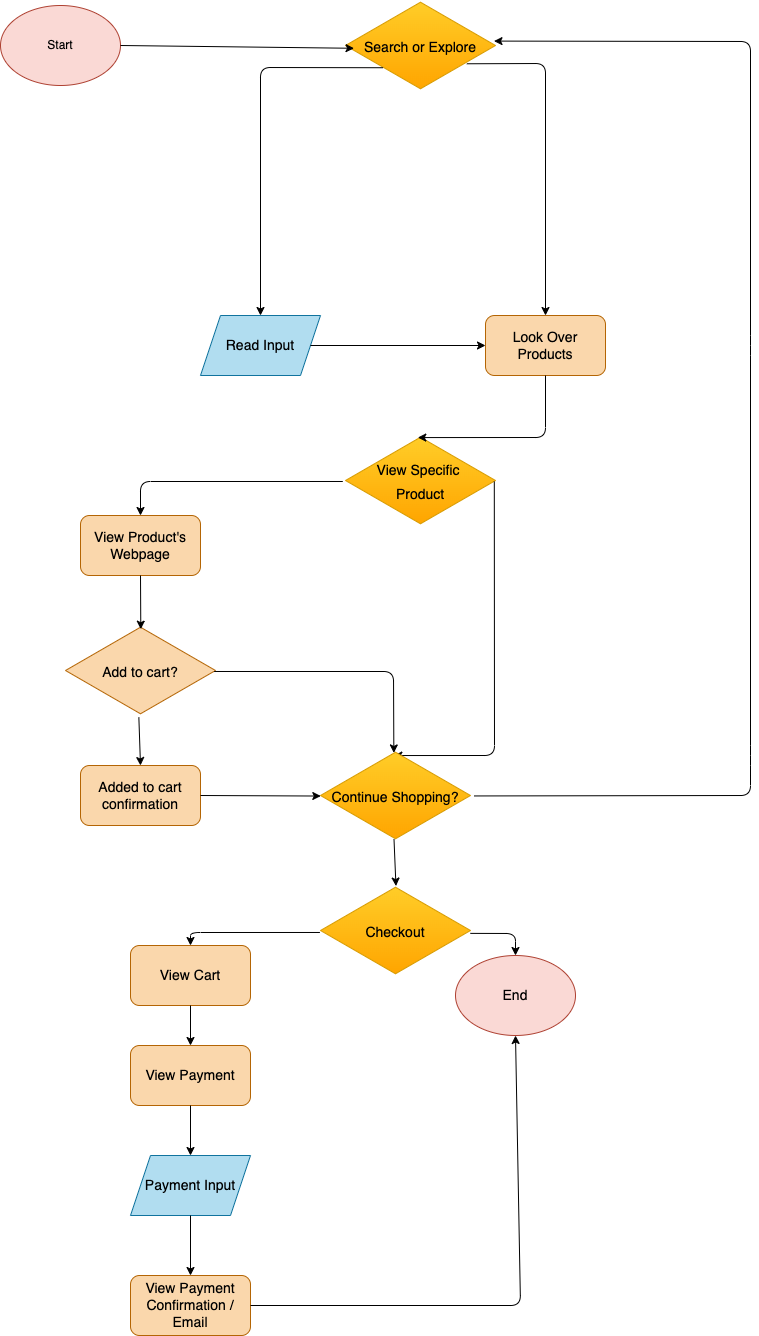
This is explore/diagramming/diagram.drawio.png from tyler-le/fa22-cse110-lab4, a draw.io export, as it was before one commit. Source tidied: cells renumbered, new cells last; positions are measured from the earlier drawing's top-left corner, leaving out a move shared by most shapes. The source it was exported from:
```xml
<mxGraphModel>
  <root>
    <mxCell id="0" />
    <mxCell id="1" parent="0" />
    <mxCell id="2" value="&lt;font color=&quot;#000000&quot;&gt;Start&lt;/font&gt;" style="ellipse;whiteSpace=wrap;html=1;fillColor=#fad9d5;strokeColor=#ae4132;fontFamily=Helvetica;" parent="1" vertex="1">
      <mxGeometry y="5" width="120" height="80" as="geometry" />
    </mxCell>
    <mxCell id="3" value="&lt;font style=&quot;font-size: 14px&quot; color=&quot;#000000&quot;&gt;Search or Explore&lt;/font&gt;" style="html=1;whiteSpace=wrap;shape=isoRectangle;fontFamily=Helvetica;fontSize=20;fillColor=#ffcd28;strokeColor=#d79b00;gradientColor=#ffa500;" parent="1" vertex="1">
      <mxGeometry x="345" width="150" height="90" as="geometry" />
    </mxCell>
    <mxCell id="4" style="endArrow=classic;html=1;fontFamily=Helvetica;fontSize=14;fontColor=#000000;exitX=1;exitY=0.5;exitDx=0;exitDy=0;entryX=0.057;entryY=0.531;entryDx=0;entryDy=0;entryPerimeter=0;" parent="1" edge="1" source="2" target="3">
      <mxGeometry relative="1" as="geometry" />
    </mxCell>
    <mxCell id="5" style="endArrow=classic;html=1;fontFamily=Helvetica;fontSize=14;fontColor=#000000;exitX=0.249;exitY=0.747;exitDx=0;exitDy=0;exitPerimeter=0;entryX=0.5;entryY=0;entryDx=0;entryDy=0;" parent="1" edge="1" source="3" target="8">
      <mxGeometry relative="1" as="geometry">
        <Array as="points">
          <mxPoint x="260" y="67" />
        </Array>
      </mxGeometry>
    </mxCell>
    <mxCell id="6" value="&lt;font color=&quot;#ffffff&quot;&gt;Search&lt;/font&gt;" style="text;html=1;align=center;verticalAlign=middle;strokeColor=none;fillColor=none;fontSize=14;fontFamily=Helvetica;fontColor=#000000;" parent="1" vertex="1">
      <mxGeometry x="200" y="155" width="60" height="20" as="geometry" />
    </mxCell>
    <mxCell id="7" value="&lt;font color=&quot;#000000&quot;&gt;Look Over Products&lt;/font&gt;" style="rounded=1;whiteSpace=wrap;html=1;fontFamily=Helvetica;fontSize=14;fillColor=#fad7ac;strokeColor=#b46504;" parent="1" vertex="1">
      <mxGeometry x="485" y="315" width="120" height="60" as="geometry" />
    </mxCell>
    <mxCell id="8" value="&lt;font color=&quot;#000000&quot;&gt;Read Input&lt;/font&gt;" style="shape=parallelogram;perimeter=parallelogramPerimeter;whiteSpace=wrap;html=1;fixedSize=1;fontFamily=Helvetica;fontSize=14;fillColor=#b1ddf0;strokeColor=#10739e;" parent="1" vertex="1">
      <mxGeometry x="200" y="315" width="120" height="60" as="geometry" />
    </mxCell>
    <mxCell id="9" style="endArrow=classic;html=1;fontFamily=Helvetica;fontSize=14;fontColor=#000000;exitX=1;exitY=0.5;exitDx=0;exitDy=0;entryX=0;entryY=0.5;entryDx=0;entryDy=0;" parent="1" edge="1" source="8" target="7">
      <mxGeometry relative="1" as="geometry" />
    </mxCell>
    <mxCell id="10" value="&lt;font style=&quot;font-size: 14px&quot; color=&quot;#000000&quot;&gt;View Specific &lt;br&gt;Product&lt;/font&gt;" style="html=1;whiteSpace=wrap;shape=isoRectangle;fontFamily=Helvetica;fontSize=20;fillColor=#ffcd28;strokeColor=#d79b00;gradientColor=#ffa500;" parent="1" vertex="1">
      <mxGeometry x="345" y="435" width="150" height="90" as="geometry" />
    </mxCell>
    <mxCell id="11" style="endArrow=classic;html=1;fontFamily=Helvetica;fontSize=14;fontColor=#000000;exitX=0.5;exitY=1;exitDx=0;exitDy=0;entryX=0.482;entryY=0.023;entryDx=0;entryDy=0;entryPerimeter=0;" parent="1" edge="1" source="7" target="10">
      <mxGeometry relative="1" as="geometry">
        <Array as="points">
          <mxPoint x="545" y="437" />
        </Array>
      </mxGeometry>
    </mxCell>
    <mxCell id="12" value="&lt;font color=&quot;#000000&quot;&gt;View Product's Webpage&lt;/font&gt;" style="rounded=1;whiteSpace=wrap;html=1;fontFamily=Helvetica;fontSize=14;fillColor=#fad7ac;strokeColor=#b46504;" parent="1" vertex="1">
      <mxGeometry x="80" y="515" width="120" height="60" as="geometry" />
    </mxCell>
    <mxCell id="13" style="endArrow=classic;html=1;fontFamily=Helvetica;fontSize=14;fontColor=#000000;entryX=0.5;entryY=0;entryDx=0;entryDy=0;exitX=-0.018;exitY=0.511;exitDx=0;exitDy=0;exitPerimeter=0;" parent="1" edge="1" source="10" target="12">
      <mxGeometry relative="1" as="geometry">
        <Array as="points">
          <mxPoint x="140" y="481" />
        </Array>
      </mxGeometry>
    </mxCell>
    <mxCell id="14" style="endArrow=classic;html=1;fontFamily=Helvetica;fontSize=14;fontColor=#000000;exitX=0.992;exitY=0.511;exitDx=0;exitDy=0;exitPerimeter=0;entryX=0.489;entryY=0.056;entryDx=0;entryDy=0;entryPerimeter=0;" parent="1" edge="1" source="10" target="24">
      <mxGeometry relative="1" as="geometry">
        <Array as="points">
          <mxPoint x="494" y="755" />
        </Array>
      </mxGeometry>
    </mxCell>
    <mxCell id="15" value="&lt;font color=&quot;#ffffff&quot;&gt;Yes&lt;/font&gt;" style="text;html=1;strokeColor=none;fillColor=none;align=center;verticalAlign=middle;whiteSpace=wrap;rounded=0;fontFamily=Helvetica;fontSize=14;fontColor=#000000;" parent="1" vertex="1">
      <mxGeometry x="190" y="455" width="60" height="30" as="geometry" />
    </mxCell>
    <mxCell id="16" value="&lt;font color=&quot;#ffffff&quot;&gt;No&lt;/font&gt;" style="text;html=1;strokeColor=none;fillColor=none;align=center;verticalAlign=middle;whiteSpace=wrap;rounded=0;fontFamily=Helvetica;fontSize=14;fontColor=#000000;" parent="1" vertex="1">
      <mxGeometry x="480" y="555" width="60" height="30" as="geometry" />
    </mxCell>
    <mxCell id="17" value="&lt;font color=&quot;#000000&quot;&gt;&lt;span style=&quot;font-size: 14px&quot;&gt;Add to cart?&lt;/span&gt;&lt;/font&gt;" style="html=1;whiteSpace=wrap;shape=isoRectangle;fontFamily=Helvetica;fontSize=20;fillColor=#fad7ac;strokeColor=#b46504;" parent="1" vertex="1">
      <mxGeometry x="65" y="625" width="150" height="90" as="geometry" />
    </mxCell>
    <mxCell id="18" style="endArrow=classic;html=1;fontFamily=Helvetica;fontSize=14;fontColor=#FFFFFF;exitX=0.5;exitY=1;exitDx=0;exitDy=0;entryX=0.502;entryY=0.041;entryDx=0;entryDy=0;entryPerimeter=0;" parent="1" edge="1" source="12" target="17">
      <mxGeometry relative="1" as="geometry" />
    </mxCell>
    <mxCell id="19" style="endArrow=classic;html=1;fontFamily=Helvetica;fontSize=14;fontColor=#000000;entryX=0.5;entryY=0;entryDx=0;entryDy=0;exitX=0.489;exitY=1.019;exitDx=0;exitDy=0;exitPerimeter=0;" parent="1" edge="1" source="17" target="23">
      <mxGeometry relative="1" as="geometry" />
    </mxCell>
    <mxCell id="20" style="endArrow=classic;html=1;fontFamily=Helvetica;fontSize=14;fontColor=#000000;exitX=0.991;exitY=0.511;exitDx=0;exitDy=0;exitPerimeter=0;entryX=0.489;entryY=0.027;entryDx=0;entryDy=0;entryPerimeter=0;" parent="1" edge="1" source="17" target="24">
      <mxGeometry relative="1" as="geometry">
        <Array as="points">
          <mxPoint x="393" y="671" />
        </Array>
      </mxGeometry>
    </mxCell>
    <mxCell id="21" value="&lt;font color=&quot;#ffffff&quot;&gt;Yes&lt;/font&gt;" style="text;html=1;strokeColor=none;fillColor=none;align=center;verticalAlign=middle;whiteSpace=wrap;rounded=0;fontFamily=Helvetica;fontSize=14;fontColor=#000000;" parent="1" vertex="1">
      <mxGeometry x="80" y="725" width="60" height="30" as="geometry" />
    </mxCell>
    <mxCell id="22" value="&lt;font color=&quot;#ffffff&quot;&gt;No&lt;/font&gt;" style="text;html=1;strokeColor=none;fillColor=none;align=center;verticalAlign=middle;whiteSpace=wrap;rounded=0;fontFamily=Helvetica;fontSize=14;fontColor=#000000;" parent="1" vertex="1">
      <mxGeometry x="280" y="645" width="60" height="30" as="geometry" />
    </mxCell>
    <mxCell id="23" value="&lt;font color=&quot;#000000&quot;&gt;Added to cart confirmation&lt;/font&gt;" style="rounded=1;whiteSpace=wrap;html=1;fontFamily=Helvetica;fontSize=14;fillColor=#fad7ac;strokeColor=#b46504;" parent="1" vertex="1">
      <mxGeometry x="80" y="765" width="120" height="60" as="geometry" />
    </mxCell>
    <mxCell id="24" value="&lt;font color=&quot;#000000&quot;&gt;&lt;span style=&quot;font-size: 14px&quot;&gt;Continue Shopping?&lt;/span&gt;&lt;/font&gt;" style="html=1;whiteSpace=wrap;shape=isoRectangle;fontFamily=Helvetica;fontSize=20;fillColor=#ffcd28;strokeColor=#d79b00;gradientColor=#ffa500;" parent="1" vertex="1">
      <mxGeometry x="320" y="750" width="150" height="90" as="geometry" />
    </mxCell>
    <mxCell id="25" style="endArrow=classic;html=1;fontFamily=Helvetica;fontSize=14;fontColor=#000000;exitX=1;exitY=0.5;exitDx=0;exitDy=0;entryX=0.002;entryY=0.506;entryDx=0;entryDy=0;entryPerimeter=0;" parent="1" edge="1" source="23" target="24">
      <mxGeometry relative="1" as="geometry" />
    </mxCell>
    <mxCell id="26" style="endArrow=classic;html=1;fontFamily=Helvetica;fontSize=14;fontColor=#000000;entryX=0.99;entryY=0.451;entryDx=0;entryDy=0;entryPerimeter=0;exitX=1.024;exitY=0.505;exitDx=0;exitDy=0;exitPerimeter=0;" parent="1" edge="1" source="24" target="3">
      <mxGeometry relative="1" as="geometry">
        <Array as="points">
          <mxPoint x="750" y="795" />
          <mxPoint x="750" y="755" />
          <mxPoint x="750" y="345" />
          <mxPoint x="750" y="41" />
        </Array>
      </mxGeometry>
    </mxCell>
    <mxCell id="27" value="&lt;font color=&quot;#ffffff&quot;&gt;Yes&lt;/font&gt;" style="text;html=1;strokeColor=none;fillColor=none;align=center;verticalAlign=middle;whiteSpace=wrap;rounded=0;fontFamily=Helvetica;fontSize=14;fontColor=#000000;" parent="1" vertex="1">
      <mxGeometry x="630" y="765" width="60" height="30" as="geometry" />
    </mxCell>
    <mxCell id="28" style="endArrow=classic;html=1;fontFamily=Helvetica;fontSize=14;fontColor=#000000;exitX=0.49;exitY=0.984;exitDx=0;exitDy=0;exitPerimeter=0;entryX=0.503;entryY=0.006;entryDx=0;entryDy=0;entryPerimeter=0;" parent="1" edge="1" source="24" target="30">
      <mxGeometry relative="1" as="geometry" />
    </mxCell>
    <mxCell id="29" value="&lt;font color=&quot;#ffffff&quot;&gt;No&lt;/font&gt;" style="text;html=1;strokeColor=none;fillColor=none;align=center;verticalAlign=middle;whiteSpace=wrap;rounded=0;fontFamily=Helvetica;fontSize=14;fontColor=#000000;" parent="1" vertex="1">
      <mxGeometry x="380" y="840" width="60" height="30" as="geometry" />
    </mxCell>
    <mxCell id="30" value="&lt;font color=&quot;#000000&quot;&gt;&lt;span style=&quot;font-size: 14px&quot;&gt;Checkout&lt;/span&gt;&lt;/font&gt;" style="html=1;whiteSpace=wrap;shape=isoRectangle;fontFamily=Helvetica;fontSize=20;fillColor=#ffcd28;strokeColor=#d79b00;gradientColor=#ffa500;" parent="1" vertex="1">
      <mxGeometry x="320" y="885" width="150" height="90" as="geometry" />
    </mxCell>
    <mxCell id="31" style="endArrow=classic;html=1;fontFamily=Helvetica;fontSize=14;fontColor=#000000;exitX=-0.004;exitY=0.522;exitDx=0;exitDy=0;exitPerimeter=0;entryX=0.5;entryY=0;entryDx=0;entryDy=0;" parent="1" edge="1" source="30" target="39">
      <mxGeometry relative="1" as="geometry">
        <Array as="points">
          <mxPoint x="190" y="932" />
        </Array>
      </mxGeometry>
    </mxCell>
    <mxCell id="32" value="&lt;font color=&quot;#ffffff&quot;&gt;Yes&lt;/font&gt;" style="text;html=1;strokeColor=none;fillColor=none;align=center;verticalAlign=middle;whiteSpace=wrap;rounded=0;fontFamily=Helvetica;fontSize=14;fontColor=#000000;" parent="1" vertex="1">
      <mxGeometry x="230" y="895" width="60" height="30" as="geometry" />
    </mxCell>
    <mxCell id="33" style="endArrow=classic;html=1;fontFamily=Helvetica;fontSize=14;fontColor=#000000;exitX=0.999;exitY=0.532;exitDx=0;exitDy=0;exitPerimeter=0;entryX=0.5;entryY=0;entryDx=0;entryDy=0;" parent="1" edge="1" source="30" target="35">
      <mxGeometry relative="1" as="geometry">
        <Array as="points">
          <mxPoint x="515" y="933" />
        </Array>
      </mxGeometry>
    </mxCell>
    <mxCell id="34" value="&lt;font color=&quot;#ffffff&quot;&gt;No&lt;/font&gt;" style="text;html=1;strokeColor=none;fillColor=none;align=center;verticalAlign=middle;whiteSpace=wrap;rounded=0;fontFamily=Helvetica;fontSize=14;fontColor=#000000;" parent="1" vertex="1">
      <mxGeometry x="480" y="905" width="60" height="30" as="geometry" />
    </mxCell>
    <mxCell id="35" value="&lt;font color=&quot;#000000&quot;&gt;End&lt;/font&gt;" style="ellipse;whiteSpace=wrap;html=1;fontFamily=Helvetica;fontSize=14;fillColor=#fad9d5;strokeColor=#ae4132;" parent="1" vertex="1">
      <mxGeometry x="455" y="955" width="120" height="80" as="geometry" />
    </mxCell>
    <mxCell id="36" style="group;" parent="1" vertex="1">
      <mxGeometry x="515" y="205" width="60" height="20" as="geometry" />
    </mxCell>
    <mxCell id="37" style="group;" parent="36" vertex="1">
      <mxGeometry width="60" height="20" as="geometry" />
    </mxCell>
    <mxCell id="38" style="endArrow=classic;html=1;fontFamily=Helvetica;fontSize=14;fontColor=#000000;exitX=0.809;exitY=0.703;exitDx=0;exitDy=0;exitPerimeter=0;entryX=0.5;entryY=0;entryDx=0;entryDy=0;" parent="37" edge="1" source="3" target="7">
      <mxGeometry relative="1" as="geometry">
        <Array as="points">
          <mxPoint x="30" y="-142" />
        </Array>
      </mxGeometry>
    </mxCell>
    <mxCell id="39" value="&lt;font color=&quot;#000000&quot;&gt;View Cart&lt;/font&gt;" style="rounded=1;whiteSpace=wrap;html=1;fontFamily=Helvetica;fontSize=14;fillColor=#fad7ac;strokeColor=#b46504;" parent="1" vertex="1">
      <mxGeometry x="130" y="945" width="120" height="60" as="geometry" />
    </mxCell>
    <mxCell id="40" style="endArrow=classic;html=1;fontFamily=Helvetica;fontSize=14;fontColor=#000000;exitX=0.5;exitY=1;exitDx=0;exitDy=0;entryX=0.5;entryY=0;entryDx=0;entryDy=0;" parent="1" edge="1" source="39" target="41">
      <mxGeometry relative="1" as="geometry" />
    </mxCell>
    <mxCell id="41" value="&lt;font color=&quot;#000000&quot;&gt;View Payment&lt;/font&gt;" style="rounded=1;whiteSpace=wrap;html=1;fontFamily=Helvetica;fontSize=14;fillColor=#fad7ac;strokeColor=#b46504;" parent="1" vertex="1">
      <mxGeometry x="130" y="1045" width="120" height="60" as="geometry" />
    </mxCell>
    <mxCell id="42" value="&lt;font color=&quot;#000000&quot;&gt;Payment Input&lt;/font&gt;" style="shape=parallelogram;perimeter=parallelogramPerimeter;whiteSpace=wrap;html=1;fixedSize=1;fontFamily=Helvetica;fontSize=14;fillColor=#b1ddf0;strokeColor=#10739e;" parent="1" vertex="1">
      <mxGeometry x="130" y="1155" width="120" height="60" as="geometry" />
    </mxCell>
    <mxCell id="43" style="endArrow=classic;html=1;fontFamily=Helvetica;fontSize=14;fontColor=#000000;exitX=0.5;exitY=1;exitDx=0;exitDy=0;entryX=0.5;entryY=0;entryDx=0;entryDy=0;" parent="1" edge="1" source="41" target="42">
      <mxGeometry relative="1" as="geometry" />
    </mxCell>
    <mxCell id="44" value="&lt;font color=&quot;#000000&quot;&gt;View Payment Confirmation / Email&lt;/font&gt;" style="rounded=1;whiteSpace=wrap;html=1;fontFamily=Helvetica;fontSize=14;fillColor=#fad7ac;strokeColor=#b46504;" parent="1" vertex="1">
      <mxGeometry x="130" y="1275" width="120" height="60" as="geometry" />
    </mxCell>
    <mxCell id="45" style="endArrow=classic;html=1;fontFamily=Helvetica;fontSize=14;fontColor=#000000;exitX=0.5;exitY=1;exitDx=0;exitDy=0;entryX=0.5;entryY=0;entryDx=0;entryDy=0;" parent="1" edge="1" source="42" target="44">
      <mxGeometry relative="1" as="geometry" />
    </mxCell>
    <mxCell id="46" style="endArrow=classic;html=1;fontFamily=Helvetica;fontSize=14;fontColor=#000000;exitX=1;exitY=0.5;exitDx=0;exitDy=0;entryX=0.5;entryY=1;entryDx=0;entryDy=0;" parent="1" edge="1" source="44" target="35">
      <mxGeometry relative="1" as="geometry">
        <Array as="points">
          <mxPoint x="520" y="1305" />
        </Array>
      </mxGeometry>
    </mxCell>
    <mxCell id="47" value="&lt;font color=&quot;#ffffff&quot;&gt;Explore&lt;/font&gt;" style="text;html=1;align=center;verticalAlign=middle;strokeColor=none;fillColor=none;fontSize=14;fontFamily=Helvetica;fontColor=#000000;" parent="1" vertex="1">
      <mxGeometry x="560" y="195" width="60" height="20" as="geometry" />
    </mxCell>
  </root>
</mxGraphModel>
```
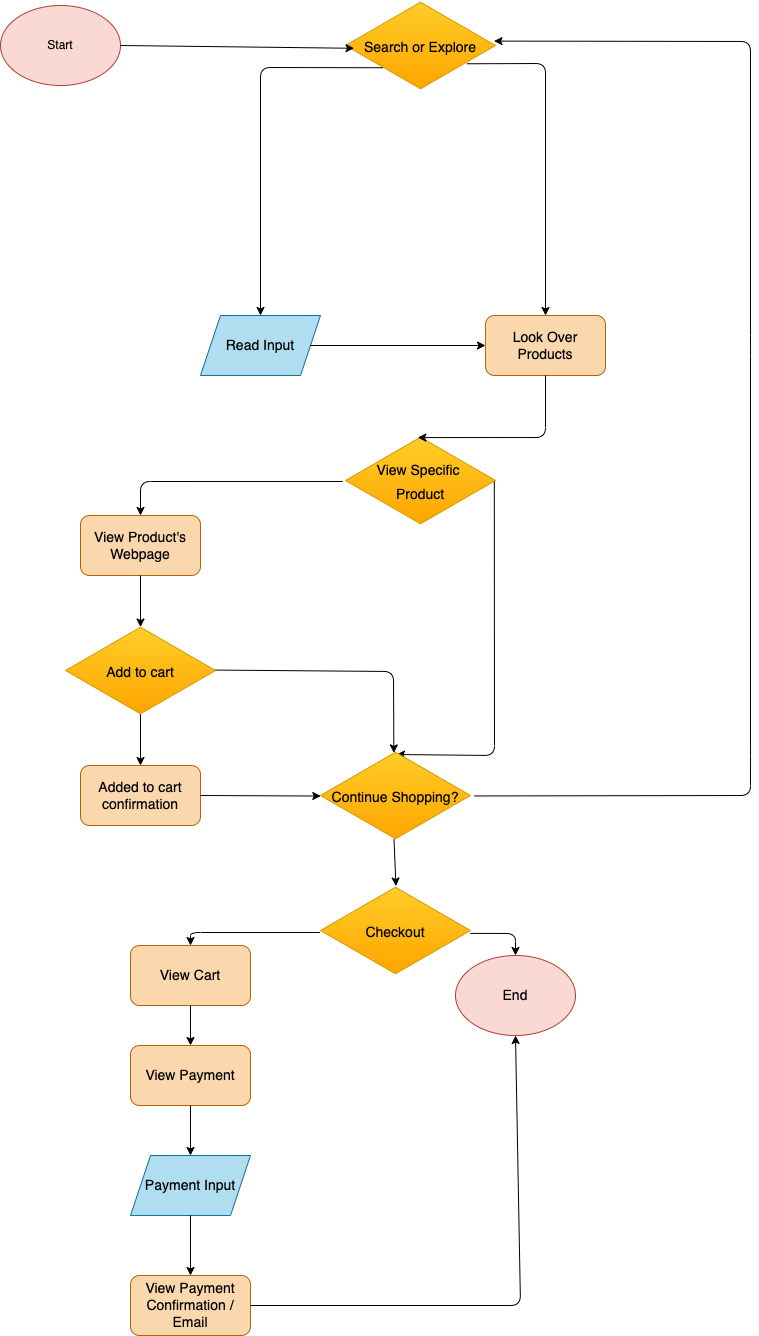
The same diagram one commit later.

Diff of the diagram source:
```diff
@@ -50,8 +50,9 @@
         </Array>
       </mxGeometry>
     </mxCell>
-    <mxCell id="14" style="endArrow=classic;html=1;fontFamily=Helvetica;fontSize=14;fontColor=#000000;exitX=0.992;exitY=0.511;exitDx=0;exitDy=0;exitPerimeter=0;entryX=0.489;entryY=0.056;entryDx=0;entryDy=0;entryPerimeter=0;" parent="1" edge="1" source="10" target="24">
+    <mxCell id="14" style="endArrow=classic;html=1;fontFamily=Helvetica;fontSize=14;fontColor=#000000;exitX=0.992;exitY=0.511;exitDx=0;exitDy=0;exitPerimeter=0;" parent="1" edge="1" source="10">
       <mxGeometry relative="1" as="geometry">
+        <mxPoint x="396" y="754" as="targetPoint" />
         <Array as="points">
           <mxPoint x="494" y="755" />
         </Array>
@@ -63,16 +64,13 @@
     <mxCell id="16" value="&lt;font color=&quot;#ffffff&quot;&gt;No&lt;/font&gt;" style="text;html=1;strokeColor=none;fillColor=none;align=center;verticalAlign=middle;whiteSpace=wrap;rounded=0;fontFamily=Helvetica;fontSize=14;fontColor=#000000;" parent="1" vertex="1">
       <mxGeometry x="480" y="555" width="60" height="30" as="geometry" />
     </mxCell>
-    <mxCell id="17" value="&lt;font color=&quot;#000000&quot;&gt;&lt;span style=&quot;font-size: 14px&quot;&gt;Add to cart?&lt;/span&gt;&lt;/font&gt;" style="html=1;whiteSpace=wrap;shape=isoRectangle;fontFamily=Helvetica;fontSize=20;fillColor=#fad7ac;strokeColor=#b46504;" parent="1" vertex="1">
-      <mxGeometry x="65" y="625" width="150" height="90" as="geometry" />
-    </mxCell>
-    <mxCell id="18" style="endArrow=classic;html=1;fontFamily=Helvetica;fontSize=14;fontColor=#FFFFFF;exitX=0.5;exitY=1;exitDx=0;exitDy=0;entryX=0.502;entryY=0.041;entryDx=0;entryDy=0;entryPerimeter=0;" parent="1" edge="1" source="12" target="17">
+    <mxCell id="18" style="endArrow=classic;html=1;fontFamily=Helvetica;fontSize=14;fontColor=#FFFFFF;exitX=0.5;exitY=1;exitDx=0;exitDy=0;entryX=0.5;entryY=0.017;entryDx=0;entryDy=0;entryPerimeter=0;" parent="1" edge="1" source="12" target="48">
       <mxGeometry relative="1" as="geometry" />
     </mxCell>
-    <mxCell id="19" style="endArrow=classic;html=1;fontFamily=Helvetica;fontSize=14;fontColor=#000000;entryX=0.5;entryY=0;entryDx=0;entryDy=0;exitX=0.489;exitY=1.019;exitDx=0;exitDy=0;exitPerimeter=0;" parent="1" edge="1" source="17" target="23">
+    <mxCell id="19" style="endArrow=classic;html=1;fontFamily=Helvetica;fontSize=14;fontColor=#000000;entryX=0.5;entryY=0;entryDx=0;entryDy=0;exitX=0.5;exitY=0.98;exitDx=0;exitDy=0;exitPerimeter=0;" parent="1" edge="1" source="48" target="23">
       <mxGeometry relative="1" as="geometry" />
     </mxCell>
-    <mxCell id="20" style="endArrow=classic;html=1;fontFamily=Helvetica;fontSize=14;fontColor=#000000;exitX=0.991;exitY=0.511;exitDx=0;exitDy=0;exitPerimeter=0;entryX=0.489;entryY=0.027;entryDx=0;entryDy=0;entryPerimeter=0;" parent="1" edge="1" source="17" target="24">
+    <mxCell id="20" style="endArrow=classic;html=1;fontFamily=Helvetica;fontSize=14;fontColor=#000000;exitX=0.977;exitY=0.495;exitDx=0;exitDy=0;exitPerimeter=0;entryX=0.489;entryY=0.027;entryDx=0;entryDy=0;entryPerimeter=0;" parent="1" edge="1" source="48" target="24">
       <mxGeometry relative="1" as="geometry">
         <Array as="points">
           <mxPoint x="393" y="671" />
@@ -183,5 +181,8 @@
     <mxCell id="47" value="&lt;font color=&quot;#ffffff&quot;&gt;Explore&lt;/font&gt;" style="text;html=1;align=center;verticalAlign=middle;strokeColor=none;fillColor=none;fontSize=14;fontFamily=Helvetica;fontColor=#000000;" parent="1" vertex="1">
       <mxGeometry x="560" y="195" width="60" height="20" as="geometry" />
     </mxCell>
+    <mxCell id="48" value="&lt;font color=&quot;#000000&quot;&gt;&lt;span style=&quot;font-size: 14px&quot;&gt;Add to cart&lt;/span&gt;&lt;/font&gt;" style="html=1;whiteSpace=wrap;shape=isoRectangle;fontFamily=Helvetica;fontSize=20;fillColor=#ffcd28;strokeColor=#d79b00;gradientColor=#ffa500;" parent="1" vertex="1">
+      <mxGeometry x="65" y="625" width="150" height="90" as="geometry" />
+    </mxCell>
   </root>
 </mxGraphModel>
```
